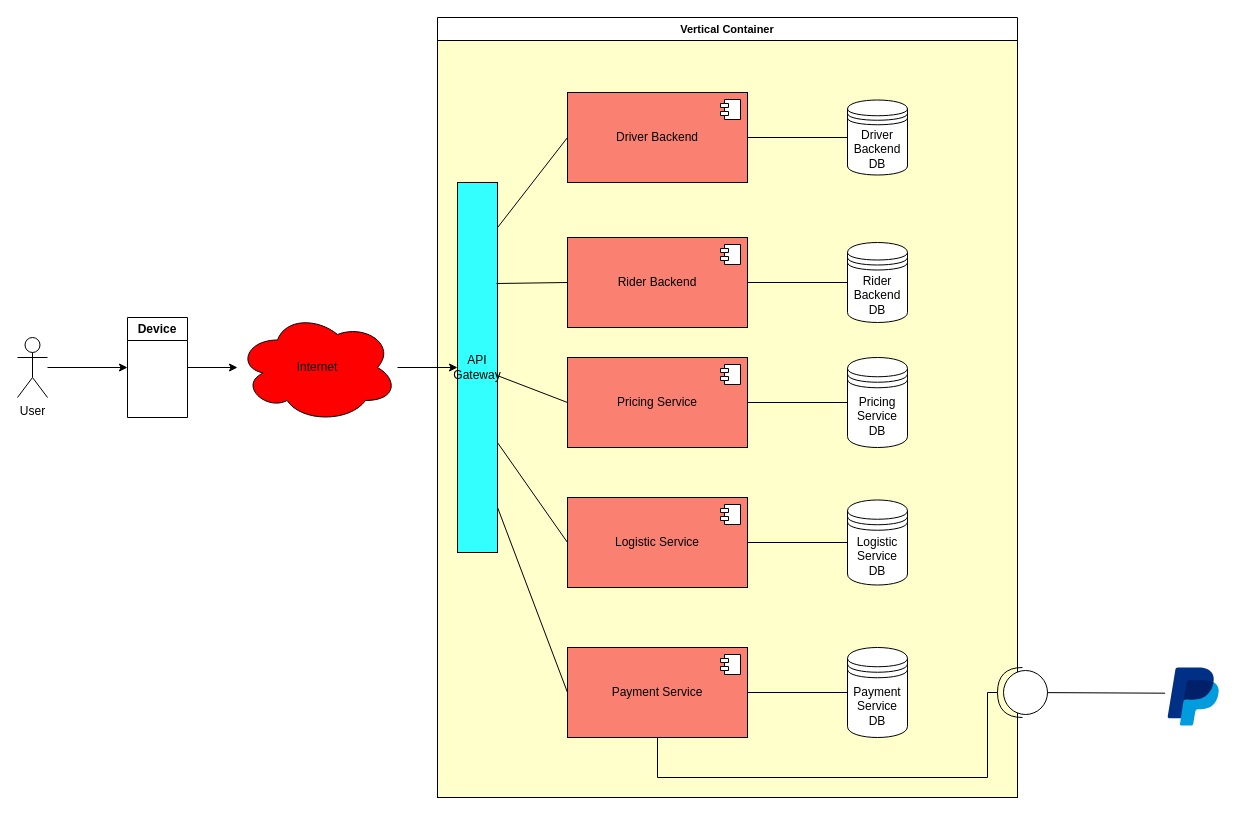
Before: materials/deployment_view.drawio in skyler544/SWARC-Arc42, a draw.io diagram. Source tidied: cells renumbered, new cells numbered last; positions are measured from the earlier drawing's top-left corner, leaving out a move shared by most shapes. Both pictures are drawn from the tidied source at 100%, with x=0, y=0 at pixel (17, 17).
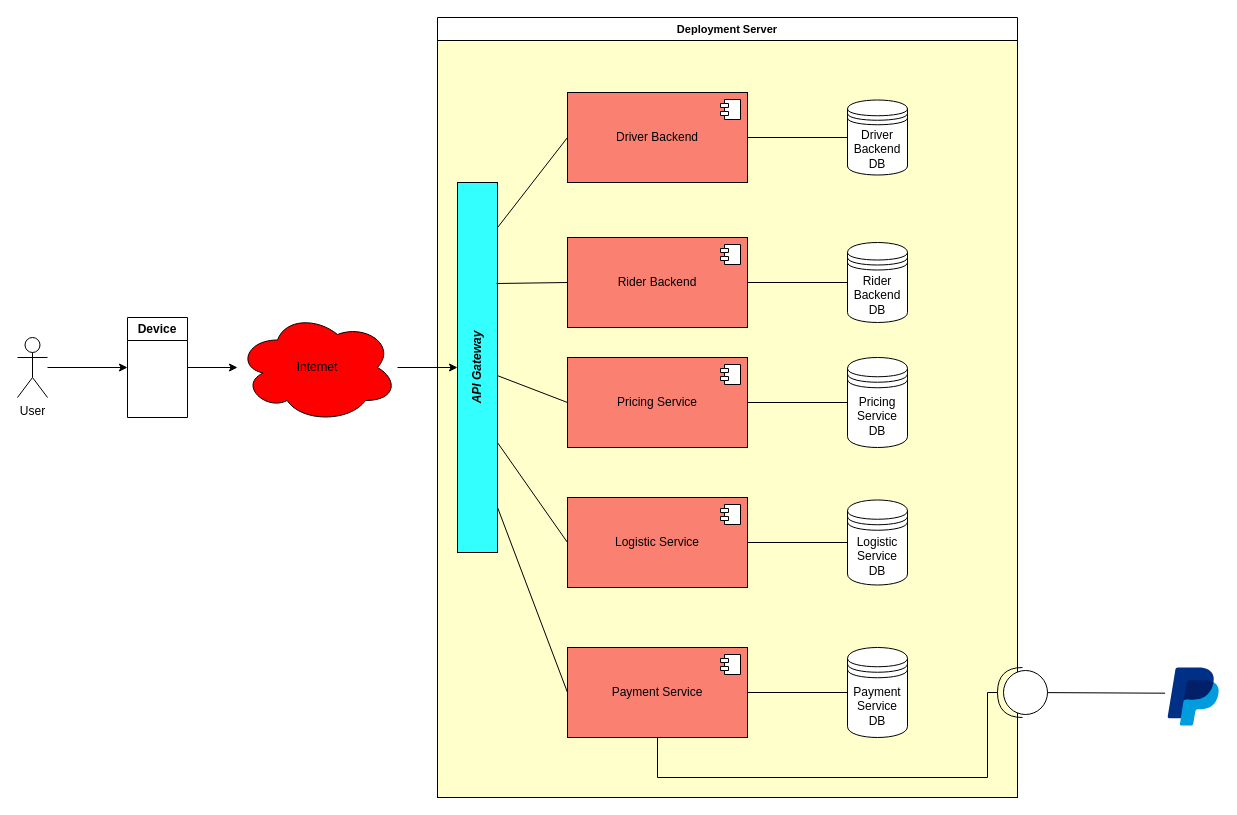
Above is the later version.

What changed in the source:
```diff
@@
-    <mxCell id="8" value="API Gateway" style="rounded=0;whiteSpace=wrap;html=1;fillColor=#33FFFF;" parent="1" vertex="1">
+    <mxCell id="8" value="API Gateway" style="rounded=0;whiteSpace=wrap;html=1;fillColor=#33FFFF;align=center;fontStyle=3;verticalAlign=middle;horizontal=0;" parent="1" vertex="1">
       <mxGeometry x="440" y="165" width="40" height="370" as="geometry" />
     </mxCell>
@@
-    <mxCell id="34" value="Vertical Container" style="swimlane;whiteSpace=wrap;html=1;fontFamily=Helvetica;fontSize=11;gradientColor=none;swimlaneFillColor=none;" parent="1" vertex="1">
+    <mxCell id="34" value="Deployment Server" style="swimlane;whiteSpace=wrap;html=1;fontFamily=Helvetica;fontSize=11;gradientColor=none;swimlaneFillColor=none;" parent="1" vertex="1">
       <mxGeometry x="420" width="580" height="780" as="geometry" />
     </mxCell>
```
